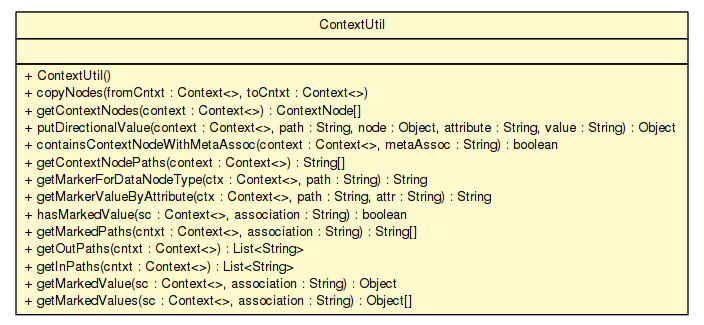
Before: apidocs/sorcer/core/context/ContextUtil.png, a diagram exported from Graphviz (sorcersoft/sorcersoft.github.io). Its source is kept beside it as apidocs/sorcer/core/context/ContextUtil.dot.
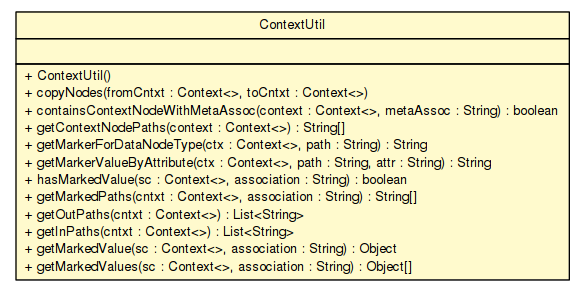
Later version of the same file.

What changed in the source:
```diff
@@ -4,7 +4,7 @@
 	node [fontname="Helvetica",fontsize=10,shape=plaintext];
 	nodesep=0.25;
 	ranksep=0.5;
-	c178008 [label=<<table title="sorcer.core.context.ContextUtil" border="0" cellborder="1" cellspacing="0" cellpadding="2" port="p" bgcolor="lemonChiffon" href="./ContextUtil.html">
+	c187843 [label=<<table title="sorcer.core.context.ContextUtil" border="0" cellborder="1" cellspacing="0" cellpadding="2" port="p" bgcolor="lemonChiffon" href="./ContextUtil.html">
 		<tr><td><table border="0" cellspacing="0" cellpadding="1">
 <tr><td align="center" balign="center"> ContextUtil </td></tr>
 		</table></td></tr>
@@ -14,8 +14,6 @@
 		<tr><td><table border="0" cellspacing="0" cellpadding="1">
 <tr><td align="left" balign="left"> + ContextUtil() </td></tr>
 <tr><td align="left" balign="left"> + copyNodes(fromCntxt : Context&lt;&gt;, toCntxt : Context&lt;&gt;) </td></tr>
-<tr><td align="left" balign="left"> + getContextNodes(context : Context&lt;&gt;) : ContextNode[] </td></tr>
-<tr><td align="left" balign="left"> + putDirectionalValue(context : Context&lt;&gt;, path : String, node : Object, attribute : String, value : String) : Object </td></tr>
 <tr><td align="left" balign="left"> + containsContextNodeWithMetaAssoc(context : Context&lt;&gt;, metaAssoc : String) : boolean </td></tr>
 <tr><td align="left" balign="left"> + getContextNodePaths(context : Context&lt;&gt;) : String[] </td></tr>
 <tr><td align="left" balign="left"> + getMarkerForDataNodeType(ctx : Context&lt;&gt;, path : String) : String </td></tr>
```
